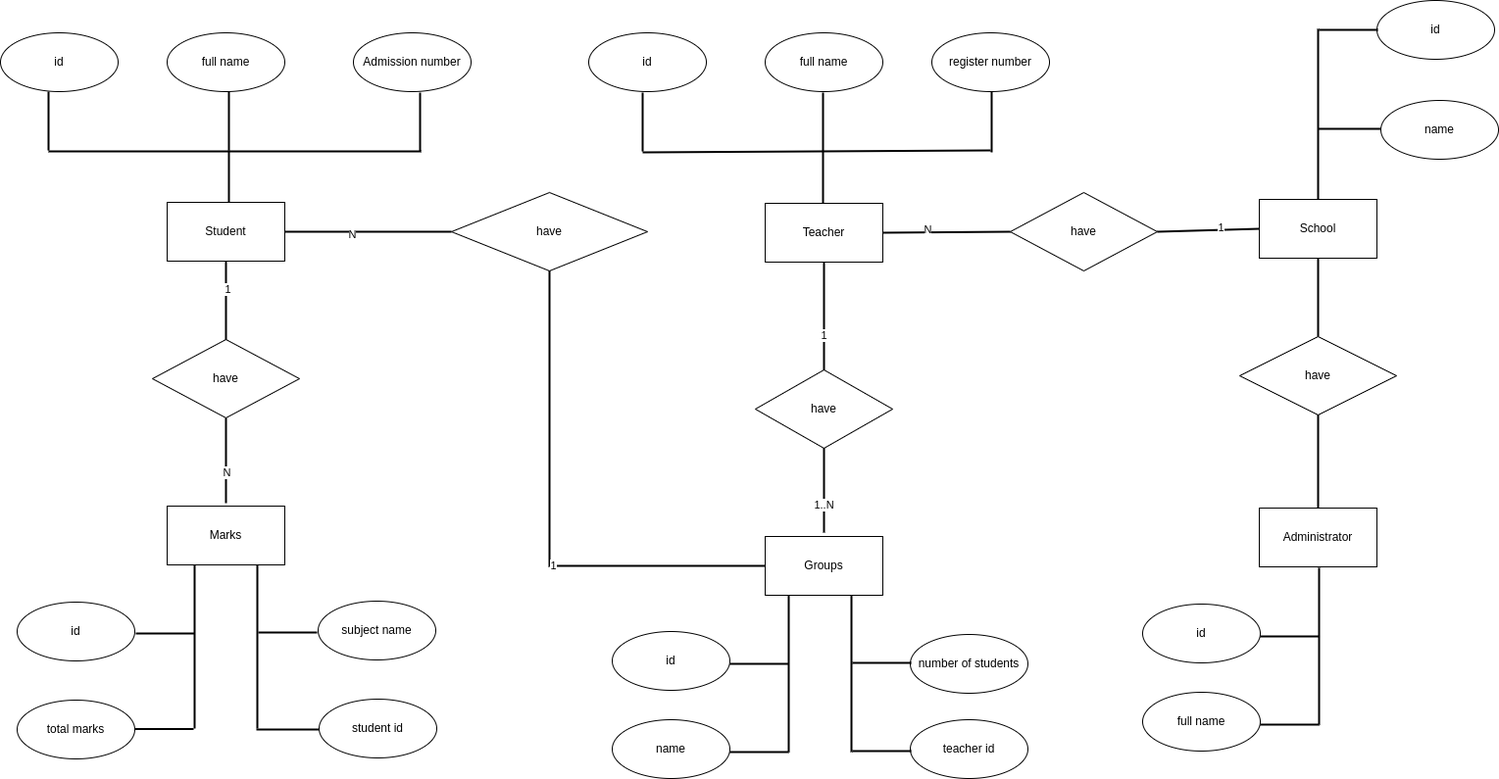
The draw.io diagram lab_02/diags/erDiagram.drawio.png in ak-karimzai/Software-Design, before a commit. Source tidied: cells renumbered, new cells last; positions are measured from the earlier drawing's top-left corner, leaving out a move shared by most shapes.
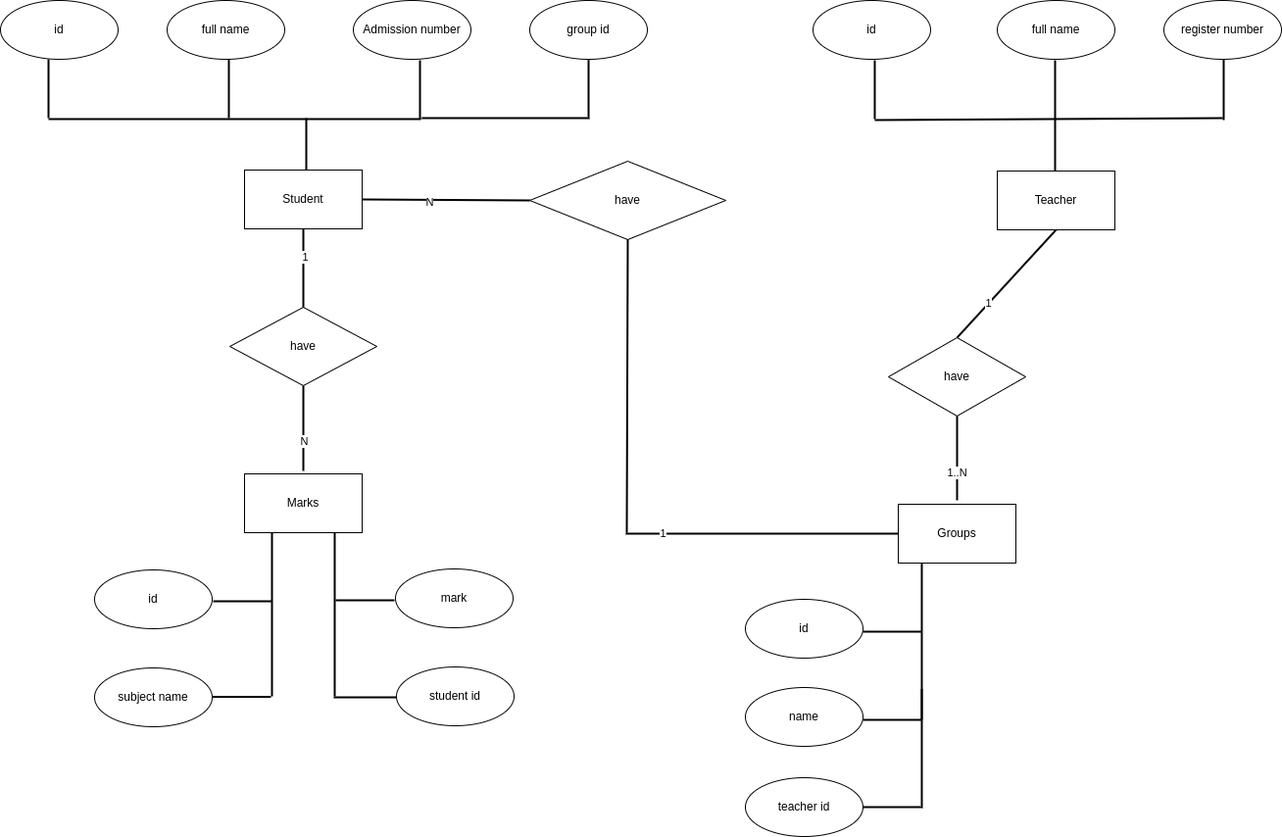
After the commit.

The edit, as a diff of the source:
```diff
@@ -6,13 +6,13 @@
       <mxGeometry x="170" y="206" width="120" height="60" as="geometry" />
     </mxCell>
     <mxCell id="3" value="id" style="ellipse;whiteSpace=wrap;html=1;rounded=0;" parent="1" vertex="1">
-      <mxGeometry y="33" width="120" height="60" as="geometry" />
+      <mxGeometry x="-79" y="33" width="120" height="60" as="geometry" />
     </mxCell>
     <mxCell id="4" value="full name" style="ellipse;whiteSpace=wrap;html=1;rounded=0;" parent="1" vertex="1">
-      <mxGeometry x="170" y="33" width="120" height="60" as="geometry" />
+      <mxGeometry x="91" y="33" width="120" height="60" as="geometry" />
     </mxCell>
     <mxCell id="5" value="Admission number" style="ellipse;whiteSpace=wrap;html=1;rounded=0;" parent="1" vertex="1">
-      <mxGeometry x="360" y="33" width="120" height="60" as="geometry" />
+      <mxGeometry x="281" y="33" width="120" height="60" as="geometry" />
     </mxCell>
     <mxCell id="6" value="have" style="rhombus;whiteSpace=wrap;html=1;rounded=0;" parent="1" vertex="1">
       <mxGeometry x="155" y="346" width="150" height="80" as="geometry" />
@@ -20,86 +20,65 @@
     <mxCell id="7" value="Marks" style="whiteSpace=wrap;html=1;rounded=0;" parent="1" vertex="1">
       <mxGeometry x="170" y="516" width="120" height="60" as="geometry" />
     </mxCell>
-    <mxCell id="8" value="subject name" style="ellipse;whiteSpace=wrap;html=1;rounded=0;" parent="1" vertex="1">
+    <mxCell id="8" value="mark" style="ellipse;whiteSpace=wrap;html=1;rounded=0;" parent="1" vertex="1">
       <mxGeometry x="324" y="613" width="120" height="60" as="geometry" />
     </mxCell>
     <mxCell id="9" value="id" style="ellipse;whiteSpace=wrap;html=1;rounded=0;" parent="1" vertex="1">
       <mxGeometry x="17" y="614" width="120" height="60" as="geometry" />
     </mxCell>
-    <mxCell id="10" value="total marks" style="ellipse;whiteSpace=wrap;html=1;rounded=0;" parent="1" vertex="1">
+    <mxCell id="10" value="subject name" style="ellipse;whiteSpace=wrap;html=1;rounded=0;" parent="1" vertex="1">
       <mxGeometry x="17" y="714" width="120" height="60" as="geometry" />
     </mxCell>
     <mxCell id="11" value="student id" style="ellipse;whiteSpace=wrap;html=1;rounded=0;" parent="1" vertex="1">
       <mxGeometry x="325" y="713" width="120" height="60" as="geometry" />
     </mxCell>
     <mxCell id="12" value="Teacher" style="rounded=0;whiteSpace=wrap;html=1;" parent="1" vertex="1">
-      <mxGeometry x="780" y="207" width="120" height="60" as="geometry" />
+      <mxGeometry x="938" y="207" width="120" height="60" as="geometry" />
     </mxCell>
     <mxCell id="13" value="id" style="ellipse;whiteSpace=wrap;html=1;rounded=0;" parent="1" vertex="1">
-      <mxGeometry x="600" y="33" width="120" height="60" as="geometry" />
+      <mxGeometry x="750" y="33" width="120" height="60" as="geometry" />
     </mxCell>
     <mxCell id="14" value="full name" style="ellipse;whiteSpace=wrap;html=1;rounded=0;" parent="1" vertex="1">
-      <mxGeometry x="780" y="33" width="120" height="60" as="geometry" />
+      <mxGeometry x="938" y="33" width="120" height="60" as="geometry" />
     </mxCell>
     <mxCell id="15" value="register number" style="ellipse;whiteSpace=wrap;html=1;rounded=0;" parent="1" vertex="1">
-      <mxGeometry x="950" y="33" width="120" height="60" as="geometry" />
+      <mxGeometry x="1108" y="33" width="120" height="60" as="geometry" />
     </mxCell>
     <mxCell id="16" value="have" style="rhombus;whiteSpace=wrap;html=1;rounded=0;" parent="1" vertex="1">
-      <mxGeometry x="770" y="377" width="140" height="80" as="geometry" />
+      <mxGeometry x="827" y="377" width="140" height="80" as="geometry" />
     </mxCell>
     <mxCell id="17" value="Groups" style="whiteSpace=wrap;html=1;rounded=0;" parent="1" vertex="1">
-      <mxGeometry x="780" y="547" width="120" height="60" as="geometry" />
+      <mxGeometry x="837" y="547" width="120" height="60" as="geometry" />
     </mxCell>
     <mxCell id="18" value="name" style="ellipse;whiteSpace=wrap;html=1;rounded=0;" parent="1" vertex="1">
-      <mxGeometry x="624" y="734" width="120" height="60" as="geometry" />
+      <mxGeometry x="681" y="734" width="120" height="60" as="geometry" />
     </mxCell>
     <mxCell id="19" value="id" style="ellipse;whiteSpace=wrap;html=1;rounded=0;" parent="1" vertex="1">
-      <mxGeometry x="624" y="644" width="120" height="60" as="geometry" />
+      <mxGeometry x="681" y="644" width="120" height="60" as="geometry" />
     </mxCell>
-    <mxCell id="20" value="number of students" style="ellipse;whiteSpace=wrap;html=1;rounded=0;" parent="1" vertex="1">
-      <mxGeometry x="928" y="647" width="120" height="60" as="geometry" />
-    </mxCell>
     <mxCell id="21" value="teacher id" style="ellipse;whiteSpace=wrap;html=1;rounded=0;" parent="1" vertex="1">
-      <mxGeometry x="928" y="734" width="120" height="60" as="geometry" />
+      <mxGeometry x="681" y="826" width="120" height="60" as="geometry" />
     </mxCell>
-    <mxCell id="22" style="endArrow=none;html=1;rounded=0;strokeColor=default;strokeWidth=2;exitX=1;exitY=0.5;exitDx=0;exitDy=0;" parent="1" edge="1">
-      <mxGeometry relative="1" as="geometry">
-        <mxPoint x="869" y="676" as="sourcePoint" />
-        <mxPoint x="929" y="676" as="targetPoint" />
-      </mxGeometry>
-    </mxCell>
-    <mxCell id="23" style="endArrow=none;html=1;rounded=0;strokeColor=default;strokeWidth=2;exitX=1;exitY=0.5;exitDx=0;exitDy=0;" parent="1" edge="1">
-      <mxGeometry relative="1" as="geometry">
-        <mxPoint x="869" y="766" as="sourcePoint" />
-        <mxPoint x="929" y="766" as="targetPoint" />
-      </mxGeometry>
-    </mxCell>
     <mxCell id="24" style="endArrow=none;html=1;rounded=0;strokeColor=default;strokeWidth=2;" parent="1" edge="1">
       <mxGeometry relative="1" as="geometry">
-        <mxPoint x="804" y="767" as="sourcePoint" />
-        <mxPoint x="804" y="607" as="targetPoint" />
+        <mxPoint x="861" y="767" as="sourcePoint" />
+        <mxPoint x="861" y="607" as="targetPoint" />
       </mxGeometry>
     </mxCell>
-    <mxCell id="25" style="endArrow=none;html=1;rounded=0;strokeColor=default;strokeWidth=2;" parent="1" edge="1">
-      <mxGeometry relative="1" as="geometry">
-        <mxPoint x="868" y="767" as="sourcePoint" />
-        <mxPoint x="868" y="607" as="targetPoint" />
-      </mxGeometry>
-    </mxCell>
     <mxCell id="26" style="endArrow=none;html=1;rounded=0;strokeColor=default;strokeWidth=2;exitX=1;exitY=0.5;exitDx=0;exitDy=0;" parent="1" edge="1">
       <mxGeometry relative="1" as="geometry">
-        <mxPoint x="744" y="677" as="sourcePoint" />
-        <mxPoint x="804" y="677" as="targetPoint" />
+        <mxPoint x="801" y="677" as="sourcePoint" />
+        <mxPoint x="861" y="677" as="targetPoint" />
       </mxGeometry>
     </mxCell>
     <mxCell id="27" style="endArrow=none;html=1;rounded=0;strokeColor=default;strokeWidth=2;exitX=1;exitY=0.5;exitDx=0;exitDy=0;" parent="1" edge="1">
       <mxGeometry relative="1" as="geometry">
-        <mxPoint x="744" y="767" as="sourcePoint" />
-        <mxPoint x="804" y="767" as="targetPoint" />
+        <mxPoint x="801" y="767" as="sourcePoint" />
+        <mxPoint x="861" y="767" as="targetPoint" />
       </mxGeometry>
     </mxCell>
     <mxCell id="28" value="have" style="rhombus;whiteSpace=wrap;html=1;rounded=0;" parent="1" vertex="1">
-      <mxGeometry x="460" y="196" width="200" height="80" as="geometry" />
+      <mxGeometry x="461" y="197" width="200" height="80" as="geometry" />
     </mxCell>
     <mxCell id="29" style="endArrow=none;html=1;rounded=0;strokeColor=default;strokeWidth=2;entryX=0;entryY=0.5;entryDx=0;entryDy=0;exitX=0.5;exitY=1;exitDx=0;exitDy=0;" parent="1" edge="1" source="28" target="17">
       <mxGeometry relative="1" as="geometry">
@@ -113,26 +92,26 @@
     </mxCell>
     <mxCell id="31" style="endArrow=none;html=1;rounded=0;strokeColor=default;strokeWidth=2;" parent="1" edge="1">
       <mxGeometry relative="1" as="geometry">
-        <mxPoint x="49" y="154" as="sourcePoint" />
-        <mxPoint x="429" y="154" as="targetPoint" />
+        <mxPoint x="-30" y="154" as="sourcePoint" />
+        <mxPoint x="350" y="154" as="targetPoint" />
       </mxGeometry>
     </mxCell>
     <mxCell id="32" style="endArrow=none;html=1;rounded=0;strokeColor=default;strokeWidth=2;entryX=0.5;entryY=1;entryDx=0;entryDy=0;" parent="1" edge="1">
       <mxGeometry relative="1" as="geometry">
-        <mxPoint x="49" y="153" as="sourcePoint" />
-        <mxPoint x="49" y="93" as="targetPoint" />
+        <mxPoint x="-30" y="153" as="sourcePoint" />
+        <mxPoint x="-30" y="93" as="targetPoint" />
       </mxGeometry>
     </mxCell>
     <mxCell id="33" style="endArrow=none;html=1;rounded=0;strokeColor=default;strokeWidth=2;entryX=0.5;entryY=1;entryDx=0;entryDy=0;" parent="1" edge="1">
       <mxGeometry relative="1" as="geometry">
-        <mxPoint x="233" y="153" as="sourcePoint" />
-        <mxPoint x="233" y="93" as="targetPoint" />
+        <mxPoint x="154" y="153" as="sourcePoint" />
+        <mxPoint x="154" y="93" as="targetPoint" />
       </mxGeometry>
     </mxCell>
     <mxCell id="34" style="endArrow=none;html=1;rounded=0;strokeColor=default;strokeWidth=2;entryX=0.5;entryY=1;entryDx=0;entryDy=0;" parent="1" edge="1">
       <mxGeometry relative="1" as="geometry">
-        <mxPoint x="428" y="154" as="sourcePoint" />
-        <mxPoint x="428" y="94" as="targetPoint" />
+        <mxPoint x="349" y="154" as="sourcePoint" />
+        <mxPoint x="349" y="94" as="targetPoint" />
       </mxGeometry>
     </mxCell>
     <mxCell id="35" style="endArrow=none;html=1;rounded=0;strokeColor=default;strokeWidth=2;exitX=0.5;exitY=0;exitDx=0;exitDy=0;" parent="1" edge="1">
@@ -149,32 +128,32 @@
     </mxCell>
     <mxCell id="38" style="endArrow=none;html=1;rounded=0;strokeColor=default;strokeWidth=2;" parent="1" edge="1">
       <mxGeometry relative="1" as="geometry">
-        <mxPoint x="655" y="155" as="sourcePoint" />
-        <mxPoint x="1010" y="153" as="targetPoint" />
+        <mxPoint x="813" y="155" as="sourcePoint" />
+        <mxPoint x="1168" y="153" as="targetPoint" />
       </mxGeometry>
     </mxCell>
     <mxCell id="39" style="endArrow=none;html=1;rounded=0;strokeColor=default;strokeWidth=2;entryX=0.5;entryY=1;entryDx=0;entryDy=0;" parent="1" edge="1">
       <mxGeometry relative="1" as="geometry">
-        <mxPoint x="655" y="154" as="sourcePoint" />
-        <mxPoint x="655" y="94" as="targetPoint" />
+        <mxPoint x="813" y="154" as="sourcePoint" />
+        <mxPoint x="813" y="94" as="targetPoint" />
       </mxGeometry>
     </mxCell>
     <mxCell id="40" style="endArrow=none;html=1;rounded=0;strokeColor=default;strokeWidth=2;entryX=0.5;entryY=1;entryDx=0;entryDy=0;" parent="1" edge="1">
       <mxGeometry relative="1" as="geometry">
-        <mxPoint x="839" y="154" as="sourcePoint" />
-        <mxPoint x="839" y="94" as="targetPoint" />
+        <mxPoint x="997" y="154" as="sourcePoint" />
+        <mxPoint x="997" y="94" as="targetPoint" />
       </mxGeometry>
     </mxCell>
     <mxCell id="41" style="endArrow=none;html=1;rounded=0;strokeColor=default;strokeWidth=2;" parent="1" edge="1">
       <mxGeometry relative="1" as="geometry">
-        <mxPoint x="1011" y="155" as="sourcePoint" />
-        <mxPoint x="1011" y="93" as="targetPoint" />
+        <mxPoint x="1169" y="155" as="sourcePoint" />
+        <mxPoint x="1169" y="93" as="targetPoint" />
       </mxGeometry>
     </mxCell>
     <mxCell id="42" style="endArrow=none;html=1;rounded=0;strokeColor=default;strokeWidth=2;exitX=0.5;exitY=0;exitDx=0;exitDy=0;" parent="1" edge="1">
       <mxGeometry relative="1" as="geometry">
-        <mxPoint x="839" y="207" as="sourcePoint" />
-        <mxPoint x="839" y="154" as="targetPoint" />
+        <mxPoint x="997" y="207" as="sourcePoint" />
+        <mxPoint x="997" y="154" as="targetPoint" />
       </mxGeometry>
     </mxCell>
     <mxCell id="43" style="endArrow=none;html=1;rounded=0;strokeColor=default;strokeWidth=2;exitX=1;exitY=0.5;exitDx=0;exitDy=0;" parent="1" edge="1">
@@ -229,7 +208,7 @@
     </mxCell>
     <mxCell id="53" style="endArrow=none;html=1;rounded=0;strokeColor=default;strokeWidth=2;entryX=0.5;entryY=1;entryDx=0;entryDy=0;" parent="1" edge="1" target="16">
       <mxGeometry relative="1" as="geometry">
-        <mxPoint x="840" y="543" as="sourcePoint" />
+        <mxPoint x="897" y="543" as="sourcePoint" />
       </mxGeometry>
     </mxCell>
     <mxCell id="54" value="1..N" style="edgeLabel;html=1;align=center;verticalAlign=middle;" parent="53" vertex="1">
@@ -241,82 +220,24 @@
     <mxCell id="56" value="1" style="edgeLabel;html=1;align=center;verticalAlign=middle;" parent="55" vertex="1">
       <mxGeometry x="-0.36" y="1" relative="1" as="geometry" />
     </mxCell>
-    <mxCell id="57" value="School" style="rounded=0;whiteSpace=wrap;html=1;" parent="1" vertex="1">
-      <mxGeometry x="1284" y="203" width="120" height="60" as="geometry" />
-    </mxCell>
-    <mxCell id="58" value="id" style="ellipse;whiteSpace=wrap;html=1;rounded=0;" parent="1" vertex="1">
-      <mxGeometry x="1404" width="120" height="60" as="geometry" />
-    </mxCell>
-    <mxCell id="59" value="name" style="ellipse;whiteSpace=wrap;html=1;rounded=0;" parent="1" vertex="1">
-      <mxGeometry x="1408" y="102" width="120" height="60" as="geometry" />
-    </mxCell>
-    <mxCell id="60" style="endArrow=none;html=1;rounded=0;strokeColor=default;strokeWidth=2;exitX=1;exitY=0.5;exitDx=0;exitDy=0;" parent="1" edge="1">
-      <mxGeometry relative="1" as="geometry">
-        <mxPoint x="1345" y="30" as="sourcePoint" />
-        <mxPoint x="1405" y="30" as="targetPoint" />
-      </mxGeometry>
-    </mxCell>
-    <mxCell id="61" style="endArrow=none;html=1;rounded=0;strokeColor=default;strokeWidth=2;" parent="1" edge="1">
-      <mxGeometry relative="1" as="geometry">
-        <mxPoint x="1344" y="131" as="sourcePoint" />
-        <mxPoint x="1408" y="131" as="targetPoint" />
-      </mxGeometry>
-    </mxCell>
-    <mxCell id="62" style="endArrow=none;html=1;rounded=0;strokeColor=default;strokeWidth=2;" parent="1" edge="1" source="57">
-      <mxGeometry relative="1" as="geometry">
-        <mxPoint x="1344" y="29" as="targetPoint" />
-      </mxGeometry>
-    </mxCell>
-    <mxCell id="63" value="have" style="rhombus;whiteSpace=wrap;html=1;rounded=0;" parent="1" vertex="1">
-      <mxGeometry x="1030" y="196" width="150" height="80" as="geometry" />
-    </mxCell>
-    <mxCell id="64" style="endArrow=none;html=1;rounded=0;strokeColor=default;strokeWidth=2;entryX=0;entryY=0.5;entryDx=0;entryDy=0;exitX=1;exitY=0.5;exitDx=0;exitDy=0;" parent="1" edge="1" source="63" target="57">
-      <mxGeometry relative="1" as="geometry" />
-    </mxCell>
-    <mxCell id="65" value="1" style="edgeLabel;html=1;align=center;verticalAlign=middle;" parent="64" vertex="1">
-      <mxGeometry x="0.22" y="3" relative="1" as="geometry" />
-    </mxCell>
-    <mxCell id="66" value="have" style="rhombus;whiteSpace=wrap;html=1;rounded=0;" parent="1" vertex="1">
-      <mxGeometry x="1264" y="343" width="160" height="80" as="geometry" />
-    </mxCell>
-    <mxCell id="67" style="endArrow=none;html=1;rounded=0;strokeColor=default;strokeWidth=2;entryX=0.5;entryY=1;entryDx=0;entryDy=0;exitX=0.5;exitY=0;exitDx=0;exitDy=0;" parent="1" edge="1" source="66" target="57">
-      <mxGeometry relative="1" as="geometry" />
-    </mxCell>
-    <mxCell id="68" style="endArrow=none;html=1;rounded=0;strokeColor=default;strokeWidth=2;entryX=0;entryY=0.5;entryDx=0;entryDy=0;exitX=1;exitY=0.5;exitDx=0;exitDy=0;" parent="1" edge="1" source="12" target="63">
-      <mxGeometry relative="1" as="geometry" />
-    </mxCell>
-    <mxCell id="69" value="N" style="edgeLabel;html=1;align=center;verticalAlign=middle;" parent="68" vertex="1">
-      <mxGeometry x="-0.29" y="3" relative="1" as="geometry" />
-    </mxCell>
-    <mxCell id="70" value="Administrator" style="rounded=0;whiteSpace=wrap;html=1;" parent="1" vertex="1">
-      <mxGeometry x="1284" y="518" width="120" height="60" as="geometry" />
-    </mxCell>
-    <mxCell id="71" style="endArrow=none;html=1;rounded=0;strokeColor=default;strokeWidth=2;entryX=0.5;entryY=1;entryDx=0;entryDy=0;exitX=0.5;exitY=0;exitDx=0;exitDy=0;" parent="1" edge="1" source="70" target="66">
-      <mxGeometry relative="1" as="geometry" />
-    </mxCell>
-    <mxCell id="72" value="full name" style="ellipse;whiteSpace=wrap;html=1;rounded=0;" parent="1" vertex="1">
-      <mxGeometry x="1165" y="706" width="120" height="60" as="geometry" />
-    </mxCell>
-    <mxCell id="73" value="id" style="ellipse;whiteSpace=wrap;html=1;rounded=0;" parent="1" vertex="1">
-      <mxGeometry x="1165" y="616" width="120" height="60" as="geometry" />
-    </mxCell>
-    <mxCell id="74" style="endArrow=none;html=1;rounded=0;strokeColor=default;strokeWidth=2;" parent="1" edge="1">
-      <mxGeometry relative="1" as="geometry">
-        <mxPoint x="1345" y="739" as="sourcePoint" />
-        <mxPoint x="1345" y="579" as="targetPoint" />
-      </mxGeometry>
-    </mxCell>
-    <mxCell id="75" style="endArrow=none;html=1;rounded=0;strokeColor=default;strokeWidth=2;exitX=1;exitY=0.5;exitDx=0;exitDy=0;" parent="1" edge="1">
-      <mxGeometry relative="1" as="geometry">
-        <mxPoint x="1285" y="649" as="sourcePoint" />
-        <mxPoint x="1345" y="649" as="targetPoint" />
-      </mxGeometry>
-    </mxCell>
-    <mxCell id="76" style="endArrow=none;html=1;rounded=0;strokeColor=default;strokeWidth=2;exitX=1;exitY=0.5;exitDx=0;exitDy=0;" parent="1" edge="1">
-      <mxGeometry relative="1" as="geometry">
-        <mxPoint x="1285" y="739" as="sourcePoint" />
-        <mxPoint x="1345" y="739" as="targetPoint" />
-      </mxGeometry>
-    </mxCell>
+    <mxCell id="77" value="group id" style="ellipse;whiteSpace=wrap;html=1;rounded=0;" parent="1" vertex="1">
+      <mxGeometry x="461" y="33" width="120" height="60" as="geometry" />
+    </mxCell>
+    <mxCell id="78" style="endArrow=none;html=1;rounded=0;entryX=0.5;entryY=1;entryDx=0;entryDy=0;strokeWidth=2;" parent="1" edge="1" target="77">
+      <mxGeometry relative="1" as="geometry">
+        <mxPoint x="351" y="153" as="sourcePoint" />
+        <Array as="points">
+          <mxPoint x="521" y="153" />
+        </Array>
+      </mxGeometry>
+    </mxCell>
+    <mxCell id="79" style="endArrow=none;html=1;rounded=0;strokeWidth=2;exitX=1;exitY=0.5;exitDx=0;exitDy=0;" parent="1" edge="1" source="21">
+      <mxGeometry relative="1" as="geometry">
+        <mxPoint x="861" y="736" as="targetPoint" />
+        <Array as="points">
+          <mxPoint x="861" y="856" />
+        </Array>
+      </mxGeometry>
+    </mxCell>
   </root>
 </mxGraphModel>
```
